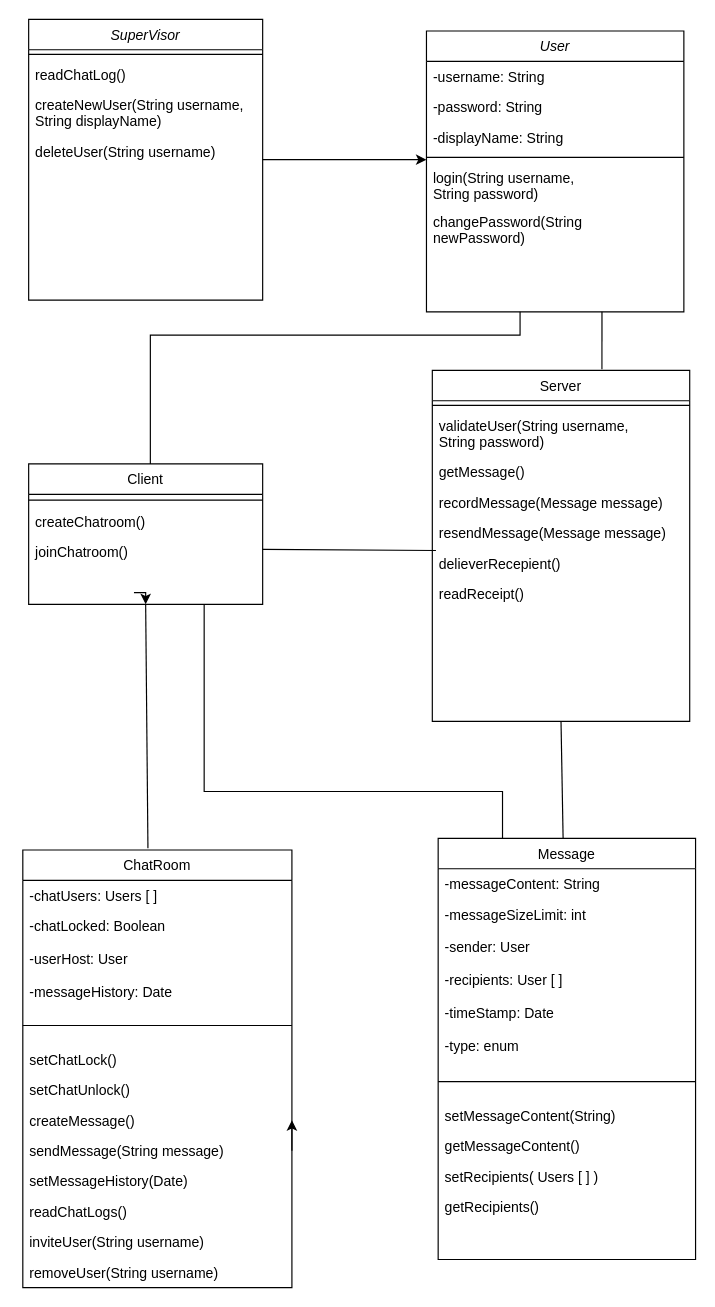
tony9320/Group-4-Communications-System keeps this draw.io diagram as documents/Design Document Graphics/classes.drawio. Above is the earlier version. Source tidied: cells renumbered, new cells numbered last; positions are measured from the earlier drawing's top-left corner, leaving out a move shared by most shapes. Both pictures are drawn from the tidied source at 117%, with x=0, y=0 at pixel (22, 19).
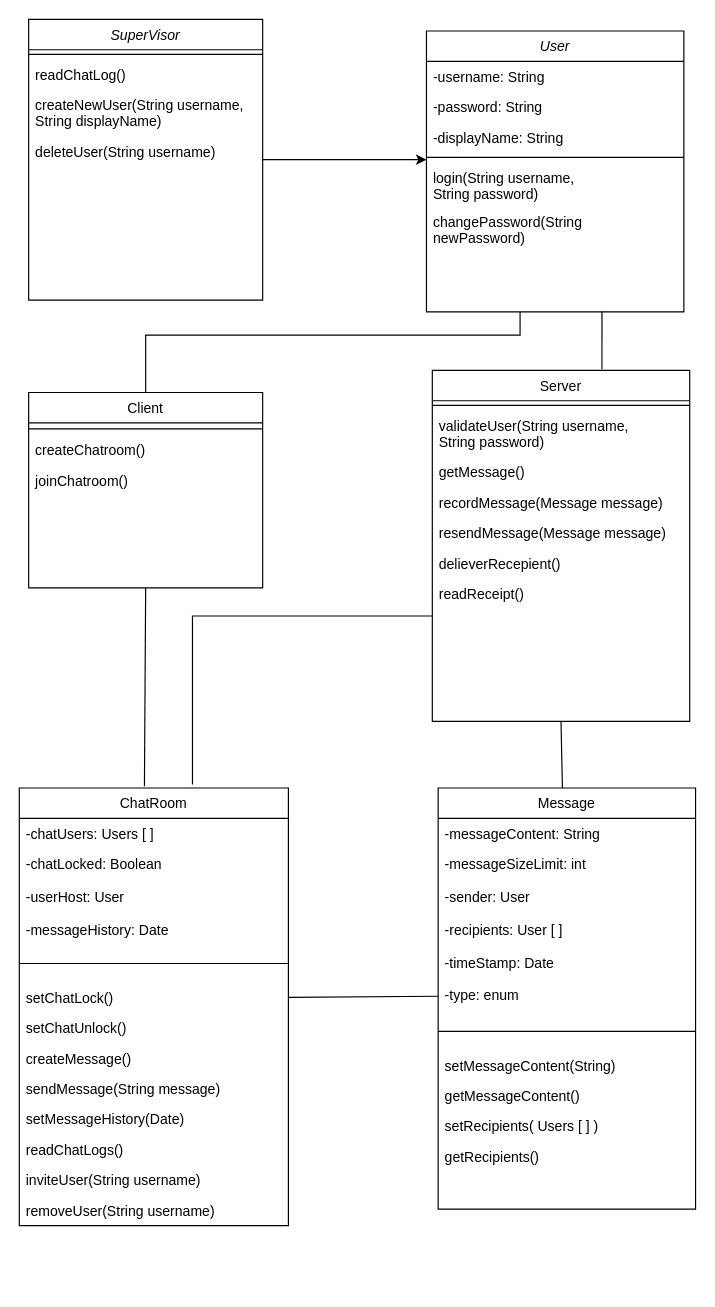
The same diagram, later.

Unchanged cells that the change refers to:
```xml
<mxCell id="4" value="User" style="swimlane;fontStyle=2;align=center;verticalAlign=top;horizontal=1;startSize=26;rounded=0;shadow=0;strokeWidth=1;" parent="1" vertex="1">
  <mxGeometry x="345" y="10" width="220" height="240" as="geometry" />
</mxCell>
<mxCell id="17" value="-type: enum" style="text;align=left;verticalAlign=top;spacingLeft=4;spacingRight=4;overflow=hidden;points=[[0,0.5],[1,0.5]];portConstraint=eastwest;rounded=0;shadow=0;html=0;" parent="11" vertex="1">
  <mxGeometry y="164" width="220" height="28" as="geometry" />
</mxCell>
<mxCell id="30" value="delieverRecepient()" style="text;align=left;verticalAlign=top;spacingLeft=4;spacingRight=4;overflow=hidden;points=[[0,0.5],[1,0.5]];portConstraint=eastwest;" parent="24" vertex="1">
  <mxGeometry y="152" width="220" height="26" as="geometry" />
</mxCell>
<mxCell id="51" value="setChatLock()" style="text;align=left;verticalAlign=top;spacingLeft=4;spacingRight=4;overflow=hidden;points=[[0,0.5],[1,0.5]];portConstraint=eastwest;fontStyle=0;" parent="45" vertex="1">
  <mxGeometry y="166" width="230" height="26" as="geometry" />
</mxCell>
<mxCell id="54" value="sendMessage(String message)" style="text;align=left;verticalAlign=top;spacingLeft=4;spacingRight=4;overflow=hidden;points=[[0,0.5],[1,0.5]];portConstraint=eastwest;" parent="45" vertex="1">
  <mxGeometry y="244" width="230" height="26" as="geometry" />
</mxCell>
```

The edit, as a diff of the source:
```diff
@@
     <mxCell id="2" style="edgeStyle=orthogonalEdgeStyle;rounded=0;jettySize=auto;html=1;endArrow=none;endFill=0;" parent="1" edge="1" source="4" target="35">
       <mxGeometry relative="1" as="geometry">
         <Array as="points">
           <mxPoint x="425" y="270" />
-          <mxPoint x="109" y="270" />
         </Array>
       </mxGeometry>
     </mxCell>
@@
     <mxCell id="11" value="Message" style="swimlane;fontStyle=0;align=center;verticalAlign=top;horizontal=1;startSize=26;rounded=0;shadow=0;strokeWidth=1;" parent="1" vertex="1">
-      <mxGeometry x="355" y="700" width="220" height="360" as="geometry" />
+      <mxGeometry x="355" y="657" width="220" height="360" as="geometry" />
     </mxCell>
@@
-    <mxCell id="33" style="edgeStyle=orthogonalEdgeStyle;rounded=0;jettySize=auto;html=1;exitX=0.75;exitY=1;exitDx=0;exitDy=0;entryX=0.25;entryY=0;entryDx=0;entryDy=0;fontColor=#FF0000;endArrow=none;endFill=0;" parent="1" edge="1" source="35" target="11">
-      <mxGeometry relative="1" as="geometry">
-        <Array as="points">
-          <mxPoint x="155" y="660" />
-          <mxPoint x="410" y="660" />
-        </Array>
-      </mxGeometry>
-    </mxCell>
-    <mxCell id="34" style="edgeStyle=orthogonalEdgeStyle;rounded=0;orthogonalLoop=1;jettySize=auto;html=1;" parent="1" edge="1">
-      <mxGeometry relative="1" as="geometry">
-        <mxPoint x="95" y="490" as="sourcePoint" />
-        <mxPoint x="105" y="500" as="targetPoint" />
-      </mxGeometry>
-    </mxCell>
     <mxCell id="35" value="Client" style="swimlane;fontStyle=0;align=center;verticalAlign=top;horizontal=1;startSize=26;rounded=0;shadow=0;strokeWidth=1;" parent="1" vertex="1">
-      <mxGeometry x="5" y="380" width="200" height="120" as="geometry" />
+      <mxGeometry x="5" y="319" width="200" height="167" as="geometry" />
     </mxCell>
@@
     <mxCell id="45" value="ChatRoom" style="swimlane;fontStyle=0;align=center;verticalAlign=top;horizontal=1;startSize=26;rounded=0;shadow=0;strokeWidth=1;" parent="1" vertex="1">
-      <mxGeometry y="710" width="230" height="374" as="geometry" />
+      <mxGeometry x="-3" y="657" width="230" height="374" as="geometry" />
     </mxCell>
@@
-    <mxCell id="59" style="edgeStyle=none;rounded=0;jettySize=auto;html=1;exitX=1;exitY=0.5;exitDx=0;exitDy=0;entryX=0.014;entryY=0.077;entryDx=0;entryDy=0;entryPerimeter=0;fontColor=#FF0000;endArrow=none;endFill=0;" parent="1" edge="1" target="30">
+    <mxCell id="59" style="edgeStyle=none;rounded=0;orthogonalLoop=1;jettySize=auto;html=1;fontColor=#FF0000;endArrow=none;endFill=0;" parent="1" edge="1">
       <mxGeometry relative="1" as="geometry">
-        <mxPoint x="205" y="453" as="sourcePoint" />
+        <mxPoint x="145" y="654" as="sourcePoint" />
+        <mxPoint x="350" y="510" as="targetPoint" />
+        <Array as="points">
+          <mxPoint x="145" y="510" />
+        </Array>
       </mxGeometry>
     </mxCell>
-    <mxCell id="60" style="edgeStyle=orthogonalEdgeStyle;rounded=0;jettySize=auto;html=1;exitX=1;exitY=0.5;exitDx=0;exitDy=0;fontColor=#000000;" parent="1" edge="1" source="54">
-      <mxGeometry relative="1" as="geometry">
-        <mxPoint x="230" y="941" as="targetPoint" />
-      </mxGeometry>
-    </mxCell>
+    <mxCell id="61" style="endArrow=none;html=1;rounded=0;exitX=1;exitY=0.5;exitDx=0;exitDy=0;entryX=0;entryY=0.5;entryDx=0;entryDy=0;" parent="1" edge="1" source="51" target="17">
+      <mxGeometry relative="1" as="geometry" />
+    </mxCell>
```
